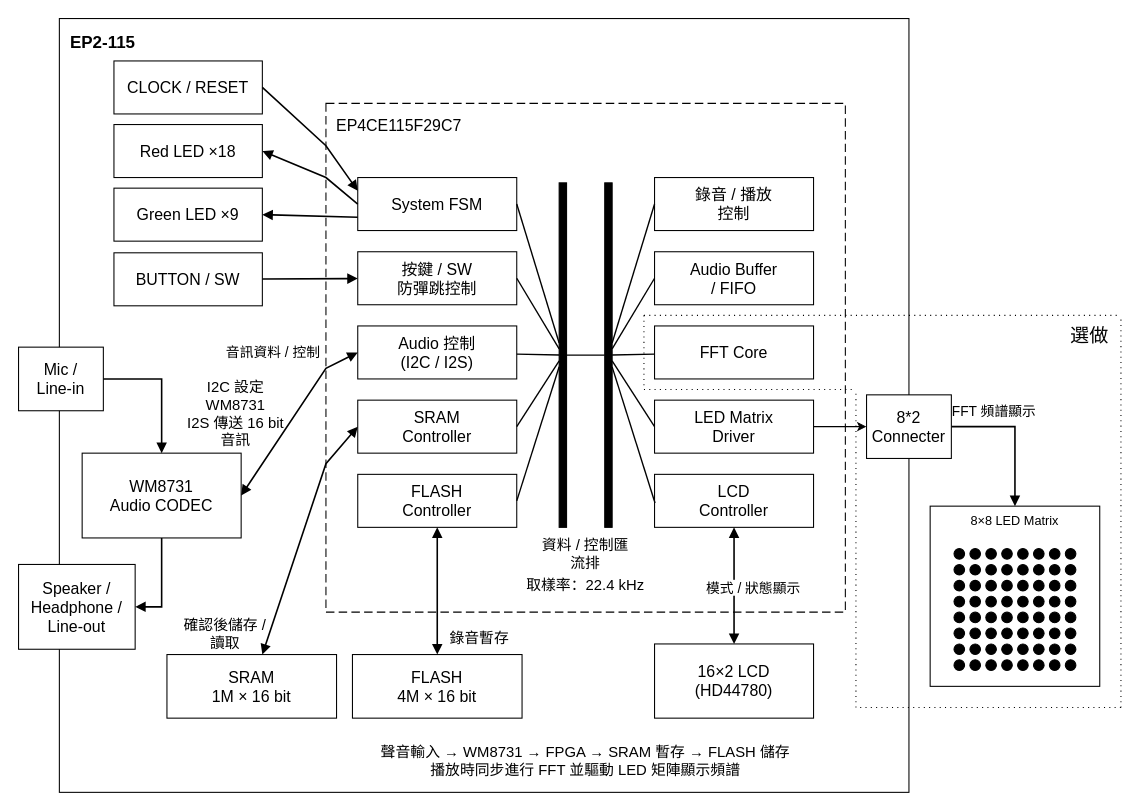
Above: doc/FPGA_audio_fft_block_diagram.drawio in Squirrel-li/AudioSpectrum_FPGA (draw.io), before the change. Source tidied: cells renumbered, new cells numbered last; positions are measured from the earlier drawing's top-left corner, leaving out a move shared by most shapes. Both pictures are drawn from the tidied source at 106%, with x=0, y=0 at pixel (18, 18).
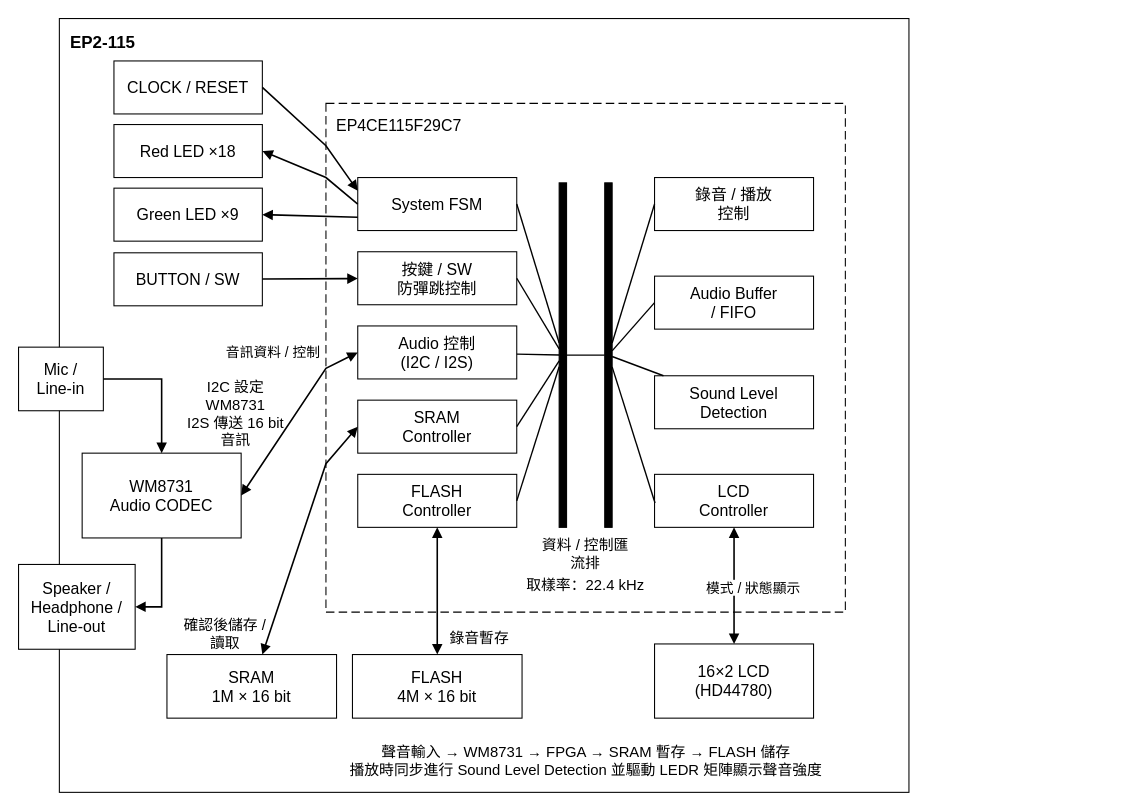
The same page after the edit.

Unchanged cells that the change refers to:
```xml
<mxCell id="122" style="rounded=0;whiteSpace=wrap;html=1;strokeColor=#000000;fillColor=#000000;" parent="120" vertex="1">
  <mxGeometry x="43" width="7" height="325" as="geometry" />
</mxCell>
```

Change to the diagram source:
```diff
@@
     <mxCell id="17" value="Audio Buffer&lt;br&gt;/ FIFO" style="rounded=0;whiteSpace=wrap;html=1;strokeColor=#000000;fillColor=#ffffff;fontFamily=Microsoft JhengHei;fontSize=15;align=center;verticalAlign=middle;" parent="1" vertex="1">
-      <mxGeometry x="600" y="220" width="150" height="50" as="geometry" />
+      <mxGeometry x="600" y="243" width="150" height="50" as="geometry" />
     </mxCell>
-    <mxCell id="18" value="FFT Core" style="rounded=0;whiteSpace=wrap;html=1;strokeColor=#000000;fillColor=#ffffff;fontFamily=Microsoft JhengHei;fontSize=15;align=center;verticalAlign=middle;" parent="1" vertex="1">
-      <mxGeometry x="600" y="290" width="150" height="50" as="geometry" />
+    <mxCell id="18" value="Sound Level Detection" style="rounded=0;whiteSpace=wrap;html=1;strokeColor=#000000;fillColor=#ffffff;fontFamily=Microsoft JhengHei;fontSize=15;align=center;verticalAlign=middle;" parent="1" vertex="1">
+      <mxGeometry x="600" y="337" width="150" height="50" as="geometry" />
     </mxCell>
-    <mxCell id="19" style="edgeStyle=orthogonalEdgeStyle;rounded=0;jettySize=auto;html=1;" parent="1" edge="1" source="20" target="52">
-      <mxGeometry relative="1" as="geometry" />
-    </mxCell>
-    <mxCell id="20" value="LED Matrix&lt;br&gt;Driver" style="rounded=0;whiteSpace=wrap;html=1;strokeColor=#000000;fillColor=#ffffff;fontFamily=Microsoft JhengHei;fontSize=15;align=center;verticalAlign=middle;" parent="1" vertex="1">
-      <mxGeometry x="600" y="360" width="150" height="50" as="geometry" />
-    </mxCell>
@@
-    <mxCell id="31" style="endArrow=none;html=1;rounded=0;strokeColor=#000000;strokeWidth=1.3;entryX=0;entryY=0.5;entryDx=0;entryDy=0;" parent="1" edge="1" source="122" target="20">
-      <mxGeometry relative="1" as="geometry" />
-    </mxCell>
@@
-    <mxCell id="48" value="FFT 頻譜顯示" style="endArrow=block;html=1;rounded=0;strokeColor=#000000;strokeWidth=1.5;fontFamily=Microsoft JhengHei;fontSize=13;" parent="1" edge="1" source="52" target="54">
-      <mxGeometry x="-0.41" y="15" relative="1" as="geometry">
-        <Array as="points">
-          <mxPoint x="940" y="385" />
-        </Array>
-      </mxGeometry>
-    </mxCell>
@@
-    <mxCell id="51" value="聲音輸入 → WM8731 → FPGA → SRAM 暫存 → FLASH 儲存&lt;br&gt;播放時同步進行 FFT 並驅動 LED 矩陣顯示頻譜" style="text;html=1;strokeColor=none;fillColor=none;align=center;verticalAlign=middle;whiteSpace=wrap;fontFamily=Microsoft JhengHei;fontSize=14;" parent="1" vertex="1">
-      <mxGeometry x="315" y="680" width="440" height="40" as="geometry" />
+    <mxCell id="51" value="聲音輸入 → WM8731 → FPGA → SRAM 暫存 → FLASH 儲存&lt;br&gt;播放時同步進行&amp;nbsp;Sound Level Detection&amp;nbsp;並驅動 LEDR 矩陣顯示聲音強度" style="text;html=1;strokeColor=none;fillColor=none;align=center;verticalAlign=middle;whiteSpace=wrap;fontFamily=Microsoft JhengHei;fontSize=14;" parent="1" vertex="1">
+      <mxGeometry x="297.5" y="680" width="475" height="40" as="geometry" />
     </mxCell>
-    <mxCell id="52" value="8*2 Connecter" style="rounded=0;whiteSpace=wrap;html=1;strokeColor=#000000;fillColor=#ffffff;fontFamily=Microsoft JhengHei;fontSize=15;align=center;verticalAlign=middle;" parent="1" vertex="1">
-      <mxGeometry x="800" y="355" width="80" height="60" as="geometry" />
-    </mxCell>
-    <mxCell id="53" style="group;" parent="1" vertex="1">
-      <mxGeometry x="860" y="460" width="160" height="170" as="geometry" />
-    </mxCell>
-    <mxCell id="54" value="8×8 LED Matrix" style="rounded=0;whiteSpace=wrap;html=1;verticalAlign=top;" parent="53" vertex="1">
-      <mxGeometry width="160" height="170" as="geometry" />
-    </mxCell>
-    <mxCell id="55" style="group;" parent="53" vertex="1">
-      <mxGeometry x="22.5" y="40" width="115" height="115" as="geometry" />
-    </mxCell>
-    <mxCell id="56" style="ellipse;whiteSpace=wrap;html=1;strokeColor=#000000;fillColor=#000000;" parent="55" vertex="1">
-      <mxGeometry width="10" height="10" as="geometry" />
-    </mxCell>
-    <mxCell id="57" style="ellipse;whiteSpace=wrap;html=1;strokeColor=#000000;fillColor=#000000;" parent="55" vertex="1">
-      <mxGeometry x="15" width="10" height="10" as="geometry" />
-    </mxCell>
-    <mxCell id="58" style="ellipse;whiteSpace=wrap;html=1;strokeColor=#000000;fillColor=#000000;" parent="55" vertex="1">
-      <mxGeometry x="105" width="10" height="10" as="geometry" />
-    </mxCell>
-    <mxCell id="59" style="ellipse;whiteSpace=wrap;html=1;strokeColor=#000000;fillColor=#000000;" parent="55" vertex="1">
-      <mxGeometry x="30" width="10" height="10" as="geometry" />
-    </mxCell>
-    <mxCell id="60" style="ellipse;whiteSpace=wrap;html=1;strokeColor=#000000;fillColor=#000000;" parent="55" vertex="1">
-      <mxGeometry x="45" width="10" height="10" as="geometry" />
-    </mxCell>
-    <mxCell id="61" style="ellipse;whiteSpace=wrap;html=1;strokeColor=#000000;fillColor=#000000;" parent="55" vertex="1">
-      <mxGeometry x="60" width="10" height="10" as="geometry" />
-    </mxCell>
-    <mxCell id="62" style="ellipse;whiteSpace=wrap;html=1;strokeColor=#000000;fillColor=#000000;" parent="55" vertex="1">
-      <mxGeometry x="90" width="10" height="10" as="geometry" />
-    </mxCell>
-    <mxCell id="63" style="ellipse;whiteSpace=wrap;html=1;strokeColor=#000000;fillColor=#000000;" parent="55" vertex="1">
-      <mxGeometry x="75" width="10" height="10" as="geometry" />
-    </mxCell>
-    <mxCell id="64" style="ellipse;whiteSpace=wrap;html=1;strokeColor=#000000;fillColor=#000000;" parent="55" vertex="1">
-      <mxGeometry y="15" width="10" height="10" as="geometry" />
-    </mxCell>
-    <mxCell id="65" style="ellipse;whiteSpace=wrap;html=1;strokeColor=#000000;fillColor=#000000;" parent="55" vertex="1">
-      <mxGeometry x="15" y="15" width="10" height="10" as="geometry" />
-    </mxCell>
-    <mxCell id="66" style="ellipse;whiteSpace=wrap;html=1;strokeColor=#000000;fillColor=#000000;" parent="55" vertex="1">
-      <mxGeometry x="105" y="15" width="10" height="10" as="geometry" />
-    </mxCell>
-    <mxCell id="67" style="ellipse;whiteSpace=wrap;html=1;strokeColor=#000000;fillColor=#000000;" parent="55" vertex="1">
-      <mxGeometry x="30" y="15" width="10" height="10" as="geometry" />
-    </mxCell>
-    <mxCell id="68" style="ellipse;whiteSpace=wrap;html=1;strokeColor=#000000;fillColor=#000000;" parent="55" vertex="1">
-      <mxGeometry x="45" y="15" width="10" height="10" as="geometry" />
-    </mxCell>
-    <mxCell id="69" style="ellipse;whiteSpace=wrap;html=1;strokeColor=#000000;fillColor=#000000;" parent="55" vertex="1">
-      <mxGeometry x="60" y="15" width="10" height="10" as="geometry" />
-    </mxCell>
-    <mxCell id="70" style="ellipse;whiteSpace=wrap;html=1;strokeColor=#000000;fillColor=#000000;" parent="55" vertex="1">
-      <mxGeometry x="90" y="15" width="10" height="10" as="geometry" />
-    </mxCell>
-    <mxCell id="71" style="ellipse;whiteSpace=wrap;html=1;strokeColor=#000000;fillColor=#000000;" parent="55" vertex="1">
-      <mxGeometry x="75" y="15" width="10" height="10" as="geometry" />
-    </mxCell>
-    <mxCell id="72" style="ellipse;whiteSpace=wrap;html=1;strokeColor=#000000;fillColor=#000000;" parent="55" vertex="1">
-      <mxGeometry y="30" width="10" height="10" as="geometry" />
-    </mxCell>
-    <mxCell id="73" style="ellipse;whiteSpace=wrap;html=1;strokeColor=#000000;fillColor=#000000;" parent="55" vertex="1">
-      <mxGeometry x="15" y="30" width="10" height="10" as="geometry" />
-    </mxCell>
-    <mxCell id="74" style="ellipse;whiteSpace=wrap;html=1;strokeColor=#000000;fillColor=#000000;" parent="55" vertex="1">
-      <mxGeometry x="105" y="30" width="10" height="10" as="geometry" />
-    </mxCell>
-    <mxCell id="75" style="ellipse;whiteSpace=wrap;html=1;strokeColor=#000000;fillColor=#000000;" parent="55" vertex="1">
-      <mxGeometry x="30" y="30" width="10" height="10" as="geometry" />
-    </mxCell>
-    <mxCell id="76" style="ellipse;whiteSpace=wrap;html=1;strokeColor=#000000;fillColor=#000000;" parent="55" vertex="1">
-      <mxGeometry x="45" y="30" width="10" height="10" as="geometry" />
-    </mxCell>
-    <mxCell id="77" style="ellipse;whiteSpace=wrap;html=1;strokeColor=#000000;fillColor=#000000;" parent="55" vertex="1">
-      <mxGeometry x="60" y="30" width="10" height="10" as="geometry" />
-    </mxCell>
-    <mxCell id="78" style="ellipse;whiteSpace=wrap;html=1;strokeColor=#000000;fillColor=#000000;" parent="55" vertex="1">
-      <mxGeometry x="90" y="30" width="10" height="10" as="geometry" />
-    </mxCell>
-    <mxCell id="79" style="ellipse;whiteSpace=wrap;html=1;strokeColor=#000000;fillColor=#000000;" parent="55" vertex="1">
-      <mxGeometry x="75" y="30" width="10" height="10" as="geometry" />
-    </mxCell>
-    <mxCell id="80" style="ellipse;whiteSpace=wrap;html=1;strokeColor=#000000;fillColor=#000000;" parent="55" vertex="1">
-      <mxGeometry y="45" width="10" height="10" as="geometry" />
-    </mxCell>
-    <mxCell id="81" style="ellipse;whiteSpace=wrap;html=1;strokeColor=#000000;fillColor=#000000;" parent="55" vertex="1">
-      <mxGeometry x="15" y="45" width="10" height="10" as="geometry" />
-    </mxCell>
-    <mxCell id="82" style="ellipse;whiteSpace=wrap;html=1;strokeColor=#000000;fillColor=#000000;" parent="55" vertex="1">
-      <mxGeometry x="105" y="45" width="10" height="10" as="geometry" />
-    </mxCell>
-    <mxCell id="83" style="ellipse;whiteSpace=wrap;html=1;strokeColor=#000000;fillColor=#000000;" parent="55" vertex="1">
-      <mxGeometry x="30" y="45" width="10" height="10" as="geometry" />
-    </mxCell>
-    <mxCell id="84" style="ellipse;whiteSpace=wrap;html=1;strokeColor=#000000;fillColor=#000000;" parent="55" vertex="1">
-      <mxGeometry x="45" y="45" width="10" height="10" as="geometry" />
-    </mxCell>
-    <mxCell id="85" style="ellipse;whiteSpace=wrap;html=1;strokeColor=#000000;fillColor=#000000;" parent="55" vertex="1">
-      <mxGeometry x="60" y="45" width="10" height="10" as="geometry" />
-    </mxCell>
-    <mxCell id="86" style="ellipse;whiteSpace=wrap;html=1;strokeColor=#000000;fillColor=#000000;" parent="55" vertex="1">
-      <mxGeometry x="90" y="45" width="10" height="10" as="geometry" />
-    </mxCell>
-    <mxCell id="87" style="ellipse;whiteSpace=wrap;html=1;strokeColor=#000000;fillColor=#000000;" parent="55" vertex="1">
-      <mxGeometry x="75" y="45" width="10" height="10" as="geometry" />
-    </mxCell>
-    <mxCell id="88" style="ellipse;whiteSpace=wrap;html=1;strokeColor=#000000;fillColor=#000000;" parent="55" vertex="1">
-      <mxGeometry y="60" width="10" height="10" as="geometry" />
-    </mxCell>
-    <mxCell id="89" style="ellipse;whiteSpace=wrap;html=1;strokeColor=#000000;fillColor=#000000;" parent="55" vertex="1">
-      <mxGeometry x="15" y="60" width="10" height="10" as="geometry" />
-    </mxCell>
-    <mxCell id="90" style="ellipse;whiteSpace=wrap;html=1;strokeColor=#000000;fillColor=#000000;" parent="55" vertex="1">
-      <mxGeometry x="105" y="60" width="10" height="10" as="geometry" />
-    </mxCell>
-    <mxCell id="91" style="ellipse;whiteSpace=wrap;html=1;strokeColor=#000000;fillColor=#000000;" parent="55" vertex="1">
-      <mxGeometry x="30" y="60" width="10" height="10" as="geometry" />
-    </mxCell>
-    <mxCell id="92" style="ellipse;whiteSpace=wrap;html=1;strokeColor=#000000;fillColor=#000000;" parent="55" vertex="1">
-      <mxGeometry x="45" y="60" width="10" height="10" as="geometry" />
-    </mxCell>
-    <mxCell id="93" style="ellipse;whiteSpace=wrap;html=1;strokeColor=#000000;fillColor=#000000;" parent="55" vertex="1">
-      <mxGeometry x="60" y="60" width="10" height="10" as="geometry" />
-    </mxCell>
-    <mxCell id="94" style="ellipse;whiteSpace=wrap;html=1;strokeColor=#000000;fillColor=#000000;" parent="55" vertex="1">
-      <mxGeometry x="90" y="60" width="10" height="10" as="geometry" />
-    </mxCell>
-    <mxCell id="95" style="ellipse;whiteSpace=wrap;html=1;strokeColor=#000000;fillColor=#000000;" parent="55" vertex="1">
-      <mxGeometry x="75" y="60" width="10" height="10" as="geometry" />
-    </mxCell>
-    <mxCell id="96" style="ellipse;whiteSpace=wrap;html=1;strokeColor=#000000;fillColor=#000000;" parent="55" vertex="1">
-      <mxGeometry y="75" width="10" height="10" as="geometry" />
-    </mxCell>
-    <mxCell id="97" style="ellipse;whiteSpace=wrap;html=1;strokeColor=#000000;fillColor=#000000;" parent="55" vertex="1">
-      <mxGeometry x="15" y="75" width="10" height="10" as="geometry" />
-    </mxCell>
-    <mxCell id="98" style="ellipse;whiteSpace=wrap;html=1;strokeColor=#000000;fillColor=#000000;" parent="55" vertex="1">
-      <mxGeometry x="105" y="75" width="10" height="10" as="geometry" />
-    </mxCell>
-    <mxCell id="99" style="ellipse;whiteSpace=wrap;html=1;strokeColor=#000000;fillColor=#000000;" parent="55" vertex="1">
-      <mxGeometry x="30" y="75" width="10" height="10" as="geometry" />
-    </mxCell>
-    <mxCell id="100" style="ellipse;whiteSpace=wrap;html=1;strokeColor=#000000;fillColor=#000000;" parent="55" vertex="1">
-      <mxGeometry x="45" y="75" width="10" height="10" as="geometry" />
-    </mxCell>
-    <mxCell id="101" style="ellipse;whiteSpace=wrap;html=1;strokeColor=#000000;fillColor=#000000;" parent="55" vertex="1">
-      <mxGeometry x="60" y="75" width="10" height="10" as="geometry" />
-    </mxCell>
-    <mxCell id="102" style="ellipse;whiteSpace=wrap;html=1;strokeColor=#000000;fillColor=#000000;" parent="55" vertex="1">
-      <mxGeometry x="90" y="75" width="10" height="10" as="geometry" />
-    </mxCell>
-    <mxCell id="103" style="ellipse;whiteSpace=wrap;html=1;strokeColor=#000000;fillColor=#000000;" parent="55" vertex="1">
-      <mxGeometry x="75" y="75" width="10" height="10" as="geometry" />
-    </mxCell>
-    <mxCell id="104" style="ellipse;whiteSpace=wrap;html=1;strokeColor=#000000;fillColor=#000000;" parent="55" vertex="1">
-      <mxGeometry y="90" width="10" height="10" as="geometry" />
-    </mxCell>
-    <mxCell id="105" style="ellipse;whiteSpace=wrap;html=1;strokeColor=#000000;fillColor=#000000;" parent="55" vertex="1">
-      <mxGeometry x="15" y="90" width="10" height="10" as="geometry" />
-    </mxCell>
-    <mxCell id="106" style="ellipse;whiteSpace=wrap;html=1;strokeColor=#000000;fillColor=#000000;" parent="55" vertex="1">
-      <mxGeometry x="105" y="90" width="10" height="10" as="geometry" />
-    </mxCell>
-    <mxCell id="107" style="ellipse;whiteSpace=wrap;html=1;strokeColor=#000000;fillColor=#000000;" parent="55" vertex="1">
-      <mxGeometry x="30" y="90" width="10" height="10" as="geometry" />
-    </mxCell>
-    <mxCell id="108" style="ellipse;whiteSpace=wrap;html=1;strokeColor=#000000;fillColor=#000000;" parent="55" vertex="1">
-      <mxGeometry x="45" y="90" width="10" height="10" as="geometry" />
-    </mxCell>
-    <mxCell id="109" style="ellipse;whiteSpace=wrap;html=1;strokeColor=#000000;fillColor=#000000;" parent="55" vertex="1">
-      <mxGeometry x="60" y="90" width="10" height="10" as="geometry" />
-    </mxCell>
-    <mxCell id="110" style="ellipse;whiteSpace=wrap;html=1;strokeColor=#000000;fillColor=#000000;" parent="55" vertex="1">
-      <mxGeometry x="90" y="90" width="10" height="10" as="geometry" />
-    </mxCell>
-    <mxCell id="111" style="ellipse;whiteSpace=wrap;html=1;strokeColor=#000000;fillColor=#000000;" parent="55" vertex="1">
-      <mxGeometry x="75" y="90" width="10" height="10" as="geometry" />
-    </mxCell>
-    <mxCell id="112" style="ellipse;whiteSpace=wrap;html=1;strokeColor=#000000;fillColor=#000000;" parent="55" vertex="1">
-      <mxGeometry y="105" width="10" height="10" as="geometry" />
-    </mxCell>
-    <mxCell id="113" style="ellipse;whiteSpace=wrap;html=1;strokeColor=#000000;fillColor=#000000;" parent="55" vertex="1">
-      <mxGeometry x="15" y="105" width="10" height="10" as="geometry" />
-    </mxCell>
-    <mxCell id="114" style="ellipse;whiteSpace=wrap;html=1;strokeColor=#000000;fillColor=#000000;" parent="55" vertex="1">
-      <mxGeometry x="105" y="105" width="10" height="10" as="geometry" />
-    </mxCell>
-    <mxCell id="115" style="ellipse;whiteSpace=wrap;html=1;strokeColor=#000000;fillColor=#000000;" parent="55" vertex="1">
-      <mxGeometry x="30" y="105" width="10" height="10" as="geometry" />
-    </mxCell>
-    <mxCell id="116" style="ellipse;whiteSpace=wrap;html=1;strokeColor=#000000;fillColor=#000000;" parent="55" vertex="1">
-      <mxGeometry x="45" y="105" width="10" height="10" as="geometry" />
-    </mxCell>
-    <mxCell id="117" style="ellipse;whiteSpace=wrap;html=1;strokeColor=#000000;fillColor=#000000;" parent="55" vertex="1">
-      <mxGeometry x="60" y="105" width="10" height="10" as="geometry" />
-    </mxCell>
-    <mxCell id="118" style="ellipse;whiteSpace=wrap;html=1;strokeColor=#000000;fillColor=#000000;" parent="55" vertex="1">
-      <mxGeometry x="90" y="105" width="10" height="10" as="geometry" />
-    </mxCell>
-    <mxCell id="119" style="ellipse;whiteSpace=wrap;html=1;strokeColor=#000000;fillColor=#000000;" parent="55" vertex="1">
-      <mxGeometry x="75" y="105" width="10" height="10" as="geometry" />
-    </mxCell>
@@
-    <mxCell id="124" style="group;dashed=1;strokeColor=none;" parent="1" vertex="1">
-      <mxGeometry x="590" y="280" width="450" height="370" as="geometry" />
-    </mxCell>
-    <mxCell id="125" style="endArrow=none;html=1;rounded=0;dashed=1;dashPattern=1 4;" parent="124" edge="1">
-      <mxGeometry relative="1" as="geometry">
-        <mxPoint as="sourcePoint" />
-        <mxPoint x="450" as="targetPoint" />
-      </mxGeometry>
-    </mxCell>
-    <mxCell id="126" style="endArrow=none;html=1;rounded=0;dashed=1;dashPattern=1 4;" parent="124" edge="1">
-      <mxGeometry relative="1" as="geometry">
-        <mxPoint y="70" as="sourcePoint" />
-        <mxPoint x="200" y="70" as="targetPoint" />
-      </mxGeometry>
-    </mxCell>
-    <mxCell id="127" style="endArrow=none;html=1;rounded=0;dashed=1;dashPattern=1 4;" parent="124" edge="1">
-      <mxGeometry relative="1" as="geometry">
-        <mxPoint as="sourcePoint" />
-        <mxPoint y="70" as="targetPoint" />
-      </mxGeometry>
-    </mxCell>
-    <mxCell id="128" style="endArrow=none;html=1;rounded=0;dashed=1;dashPattern=1 4;" parent="124" edge="1">
-      <mxGeometry relative="1" as="geometry">
-        <mxPoint x="450" y="370" as="sourcePoint" />
-        <mxPoint x="450" as="targetPoint" />
-      </mxGeometry>
-    </mxCell>
-    <mxCell id="129" style="endArrow=none;html=1;rounded=0;dashed=1;dashPattern=1 4;" parent="124" edge="1">
-      <mxGeometry relative="1" as="geometry">
-        <mxPoint x="450" y="370" as="sourcePoint" />
-        <mxPoint x="200" y="370" as="targetPoint" />
-      </mxGeometry>
-    </mxCell>
-    <mxCell id="130" style="endArrow=none;html=1;rounded=0;dashed=1;dashPattern=1 4;" parent="124" edge="1">
-      <mxGeometry relative="1" as="geometry">
-        <mxPoint x="200" y="370" as="sourcePoint" />
-        <mxPoint x="200" y="70" as="targetPoint" />
-      </mxGeometry>
-    </mxCell>
-    <mxCell id="131" value="選做" style="text;html=1;align=center;verticalAlign=middle;strokeColor=none;fillColor=none;fontSize=18;" parent="124" vertex="1">
-      <mxGeometry x="390" width="60" height="40" as="geometry" />
-    </mxCell>
```
